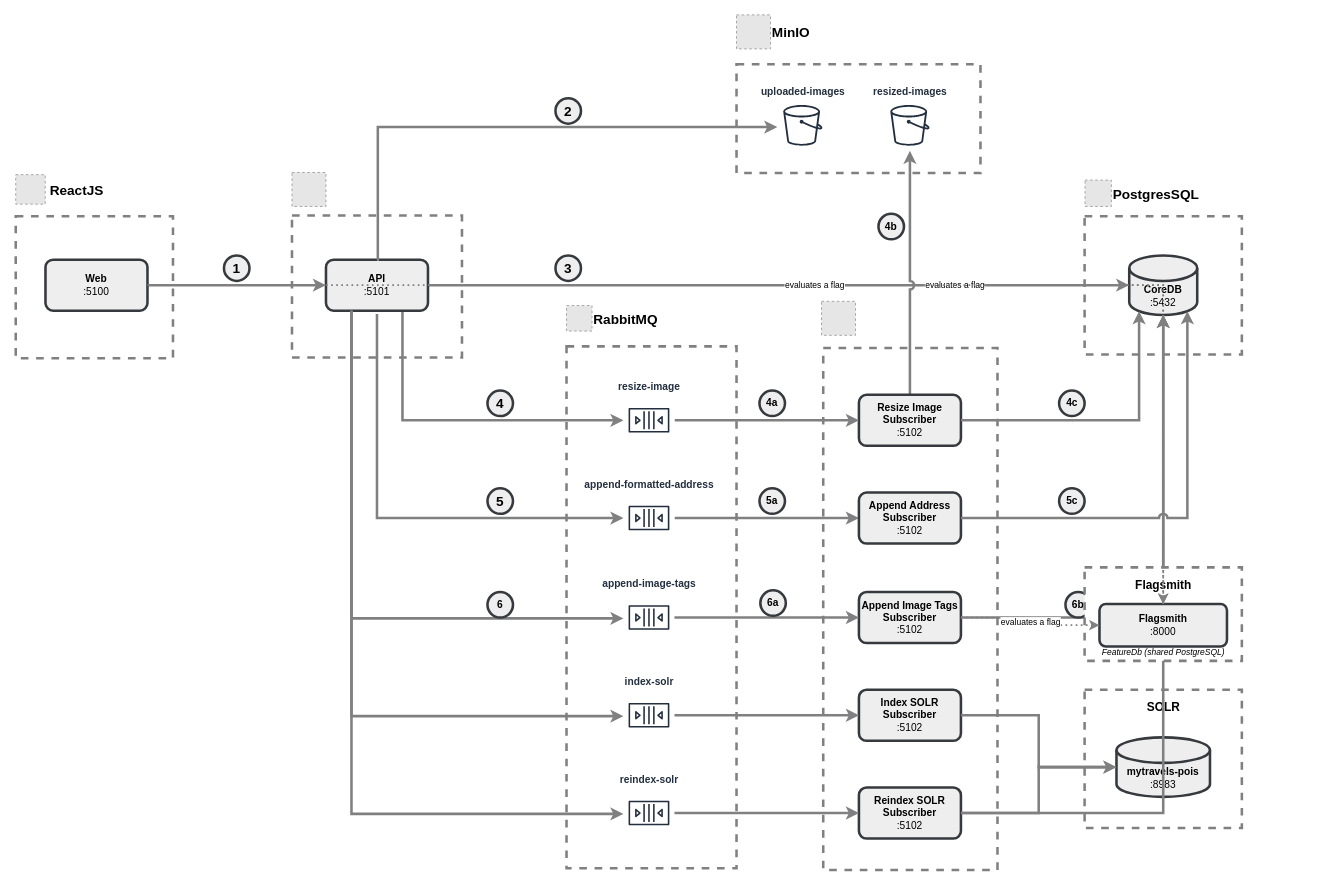
Earlier version of the draw.io diagram page "Application Architecture" (1 of 11) of drawio/architecture.drawio (k8sforum/intro-to-k8s). Source tidied: cells renumbered, new cells numbered last; positions are measured from the earlier drawing's top-left corner, leaving out a move shared by most shapes. Both pictures are drawn from the tidied source at 85%, with x=0, y=0 at pixel (15, 14). Pictures stored in the file or linked from it are replaced by grey dashed boxes.
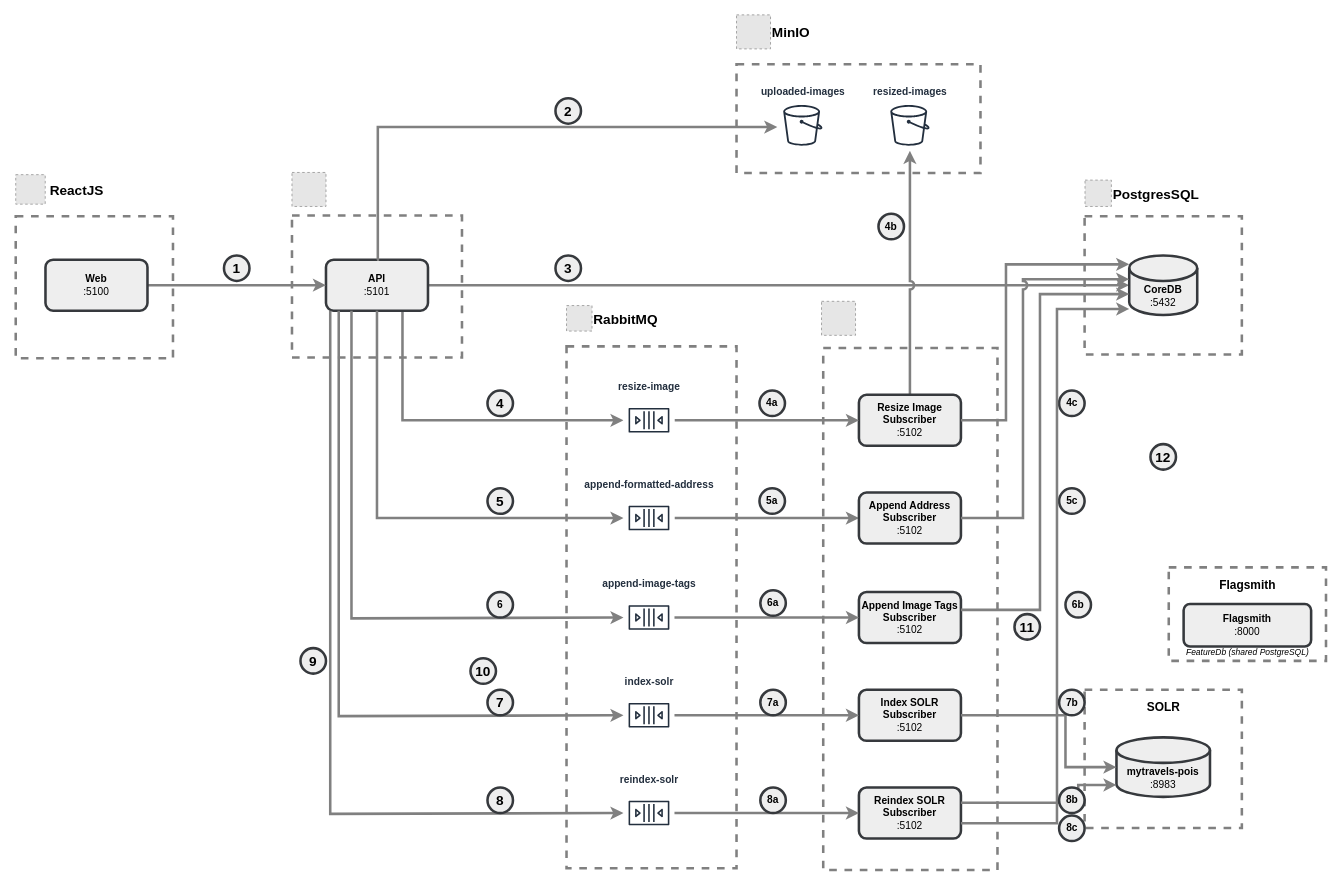
Above is the later version.

The change refers to these unchanged cells:
```xml
<mxCell id="10" value="&lt;b&gt;API&lt;/b&gt;&lt;div&gt;:5101&lt;/div&gt;" style="rounded=1;whiteSpace=wrap;html=1;strokeWidth=3;fillColor=#eeeeee;strokeColor=#36393d;" parent="1" vertex="1">
  <mxGeometry x="365" y="288" width="120" height="60" as="geometry" />
</mxCell>
<mxCell id="12" value="&lt;b&gt;Resize Image&lt;br&gt;Subscriber&lt;/b&gt;&lt;div&gt;:5102&lt;/div&gt;" style="rounded=1;whiteSpace=wrap;html=1;fillColor=#eeeeee;strokeColor=#36393d;strokeWidth=3;" parent="1" vertex="1">
  <mxGeometry x="992" y="447" width="120" height="60" as="geometry" />
</mxCell>
<mxCell id="14" value="&lt;b&gt;CoreDB&lt;/b&gt;&lt;div&gt;:5432&lt;/div&gt;" style="shape=cylinder3;whiteSpace=wrap;html=1;boundedLbl=1;backgroundOutline=1;size=15;groupPadding=10;fillColor=#eeeeee;strokeColor=#36393d;strokeWidth=3;" parent="1" vertex="1">
  <mxGeometry x="1310" y="283" width="80" height="70" as="geometry" />
</mxCell>
<mxCell id="16" value="&lt;b&gt;append-formatted-address&lt;/b&gt;" style="sketch=0;outlineConnect=0;fontColor=#232F3E;gradientColor=none;strokeColor=#232F3E;fillColor=#ffffff;dashed=0;verticalLabelPosition=top;verticalAlign=bottom;align=center;html=1;fontSize=12;fontStyle=0;shape=mxgraph.aws4.resourceIcon;resIcon=mxgraph.aws4.queue;labelPosition=center;strokeWidth=3;" parent="1" vertex="1">
  <mxGeometry x="715" y="562" width="60" height="60" as="geometry" />
</mxCell>
<mxCell id="19" value="&lt;b&gt;resize-image&lt;/b&gt;" style="sketch=0;outlineConnect=0;fontColor=#232F3E;gradientColor=none;strokeColor=#232F3E;fillColor=#ffffff;dashed=0;verticalLabelPosition=top;verticalAlign=bottom;align=center;html=1;fontSize=12;fontStyle=0;shape=mxgraph.aws4.resourceIcon;resIcon=mxgraph.aws4.queue;labelPosition=center;strokeWidth=3;" parent="1" vertex="1">
  <mxGeometry x="715" y="447" width="60" height="60" as="geometry" />
</mxCell>
<mxCell id="20" value="&lt;b&gt;Append Address&lt;/b&gt;&lt;div&gt;&lt;b&gt;Subscriber&lt;/b&gt;&lt;/div&gt;&lt;div&gt;:5102&lt;/div&gt;" style="rounded=1;whiteSpace=wrap;html=1;fillColor=#eeeeee;strokeColor=#36393d;strokeWidth=3;" parent="1" vertex="1">
  <mxGeometry x="992" y="562" width="120" height="60" as="geometry" />
</mxCell>
<mxCell id="21" value="&lt;b&gt;append-image-tags&lt;/b&gt;" style="sketch=0;outlineConnect=0;fontColor=#232F3E;gradientColor=none;strokeColor=#232F3E;fillColor=#ffffff;dashed=0;verticalLabelPosition=top;verticalAlign=bottom;align=center;html=1;fontSize=12;fontStyle=0;shape=mxgraph.aws4.resourceIcon;resIcon=mxgraph.aws4.queue;labelPosition=center;strokeWidth=3;" parent="1" vertex="1">
  <mxGeometry x="715" y="679" width="60" height="60" as="geometry" />
</mxCell>
<mxCell id="22" value="&lt;b&gt;Append Image Tags&lt;/b&gt;&lt;div&gt;&lt;b&gt;Subscriber&lt;/b&gt;&lt;/div&gt;&lt;div&gt;:5102&lt;/div&gt;" style="rounded=1;whiteSpace=wrap;html=1;fillColor=#eeeeee;strokeColor=#36393d;strokeWidth=3;" parent="1" vertex="1">
  <mxGeometry x="992" y="679" width="120" height="60" as="geometry" />
</mxCell>
<mxCell id="29" value="&lt;b&gt;resized-images&lt;/b&gt;" style="sketch=0;outlineConnect=0;fontColor=#232F3E;gradientColor=none;strokeColor=#232F3E;fillColor=#ffffff;dashed=0;verticalLabelPosition=top;verticalAlign=bottom;align=center;html=1;fontSize=12;fontStyle=0;shape=mxgraph.aws4.resourceIcon;resIcon=mxgraph.aws4.bucket;labelPosition=center;strokeWidth=3;" parent="1" vertex="1">
  <mxGeometry x="1022" y="100" width="60" height="60" as="geometry" />
</mxCell>
<mxCell id="45" value="&lt;b&gt;Web&lt;/b&gt;&lt;div&gt;:5100&lt;/div&gt;" style="rounded=1;whiteSpace=wrap;html=1;strokeWidth=3;fillColor=#eeeeee;strokeColor=#36393d;" parent="1" vertex="1">
  <mxGeometry x="35" y="288" width="120" height="60" as="geometry" />
</mxCell>
<mxCell id="55" value="&lt;b&gt;mytravels-pois&lt;/b&gt;&lt;div&gt;:8983&lt;/div&gt;" style="shape=cylinder3;whiteSpace=wrap;html=1;boundedLbl=1;backgroundOutline=1;size=15;groupPadding=10;fillColor=#eeeeee;strokeColor=#36393d;strokeWidth=3;" parent="1" vertex="1">
  <mxGeometry x="1295" y="850" width="110" height="70" as="geometry" />
</mxCell>
<mxCell id="56" value="&lt;b&gt;index-solr&lt;/b&gt;" style="sketch=0;outlineConnect=0;fontColor=#232F3E;gradientColor=none;strokeColor=#232F3E;fillColor=#ffffff;dashed=0;verticalLabelPosition=top;verticalAlign=bottom;align=center;html=1;fontSize=12;fontStyle=0;shape=mxgraph.aws4.resourceIcon;resIcon=mxgraph.aws4.queue;labelPosition=center;strokeWidth=3;" parent="1" vertex="1">
  <mxGeometry x="715" y="794" width="60" height="60" as="geometry" />
</mxCell>
<mxCell id="57" value="&lt;b&gt;Index SOLR&lt;/b&gt;&lt;div&gt;&lt;b&gt;Subscriber&lt;/b&gt;&lt;/div&gt;&lt;div&gt;:5102&lt;/div&gt;" style="rounded=1;whiteSpace=wrap;html=1;fillColor=#eeeeee;strokeColor=#36393d;strokeWidth=3;" parent="1" vertex="1">
  <mxGeometry x="992" y="794" width="120" height="60" as="geometry" />
</mxCell>
<mxCell id="58" value="&lt;b&gt;reindex-solr&lt;/b&gt;" style="sketch=0;outlineConnect=0;fontColor=#232F3E;gradientColor=none;strokeColor=#232F3E;fillColor=#ffffff;dashed=0;verticalLabelPosition=top;verticalAlign=bottom;align=center;html=1;fontSize=12;fontStyle=0;shape=mxgraph.aws4.resourceIcon;resIcon=mxgraph.aws4.queue;labelPosition=center;strokeWidth=3;" parent="1" vertex="1">
  <mxGeometry x="715" y="909" width="60" height="60" as="geometry" />
</mxCell>
<mxCell id="59" value="&lt;b&gt;Reindex SOLR&lt;/b&gt;&lt;div&gt;&lt;b&gt;Subscriber&lt;/b&gt;&lt;/div&gt;&lt;div&gt;:5102&lt;/div&gt;" style="rounded=1;whiteSpace=wrap;html=1;fillColor=#eeeeee;strokeColor=#36393d;strokeWidth=3;" parent="1" vertex="1">
  <mxGeometry x="992" y="909" width="120" height="60" as="geometry" />
</mxCell>
```

Diff of the diagram source:
```diff
@@
-    <mxCell id="8" style="edgeStyle=orthogonalEdgeStyle;rounded=0;jettySize=auto;html=1;entryX=0;entryY=0.5;entryDx=0;entryDy=0;strokeWidth=3;strokeColor=#808080;entryPerimeter=0;" parent="1" edge="1" source="10" target="14">
+    <mxCell id="8" style="edgeStyle=orthogonalEdgeStyle;rounded=0;jettySize=auto;html=1;entryX=0;entryY=0.5;entryDx=0;entryDy=0;exitX=1;exitY=0.5;exitDx=0;exitDy=0;strokeWidth=3;strokeColor=#808080;" parent="1" edge="1" source="10" target="14">
       <mxGeometry relative="1" as="geometry" />
     </mxCell>
-    <mxCell id="9" style="edgeStyle=orthogonalEdgeStyle;rounded=0;jettySize=auto;html=1;strokeWidth=3;strokeColor=#808080;" parent="1" edge="1" source="10" target="19">
+    <mxCell id="9" style="edgeStyle=orthogonalEdgeStyle;rounded=0;jettySize=auto;html=1;strokeWidth=3;strokeColor=#808080;exitX=0.75;exitY=1;exitDx=0;exitDy=0;entryX=0;entryY=0.5;entryDx=0;entryDy=0;" parent="1" edge="1" source="10" target="19">
       <mxGeometry relative="1" as="geometry">
         <Array as="points">
           <mxPoint x="455" y="477" />
         </Array>
       </mxGeometry>
     </mxCell>
@@
-    <mxCell id="11" style="edgeStyle=orthogonalEdgeStyle;rounded=0;jettySize=auto;html=1;strokeWidth=3;strokeColor=#808080;jumpStyle=arc;" parent="1" edge="1" source="12" target="29">
+    <mxCell id="11" style="edgeStyle=orthogonalEdgeStyle;rounded=0;jettySize=auto;html=1;strokeWidth=3;strokeColor=#808080;jumpStyle=arc;exitX=0.5;exitY=0;exitDx=0;exitDy=0;entryX=0.5;entryY=1;entryDx=0;entryDy=0;" parent="1" edge="1" source="12" target="29">
       <mxGeometry relative="1" as="geometry" />
     </mxCell>
@@
-    <mxCell id="17" style="edgeStyle=orthogonalEdgeStyle;rounded=0;jettySize=auto;html=1;strokeWidth=3;strokeColor=#808080;" parent="1" edge="1" target="16">
+    <mxCell id="17" style="edgeStyle=orthogonalEdgeStyle;rounded=0;jettySize=auto;html=1;strokeWidth=3;strokeColor=#808080;exitX=0.5;exitY=1;exitDx=0;exitDy=0;entryX=0;entryY=0.5;entryDx=0;entryDy=0;" parent="1" edge="1" source="10" target="16">
       <mxGeometry relative="1" as="geometry">
-        <mxPoint x="425" y="352" as="sourcePoint" />
         <Array as="points">
           <mxPoint x="425" y="592" />
         </Array>
       </mxGeometry>
     </mxCell>
@@
-    <mxCell id="24" style="edgeStyle=orthogonalEdgeStyle;rounded=0;jettySize=auto;html=1;strokeColor=#808080;strokeWidth=3;" parent="1" edge="1" source="22" target="14">
-      <mxGeometry relative="1" as="geometry" />
+    <mxCell id="24" style="edgeStyle=orthogonalEdgeStyle;rounded=0;jettySize=auto;html=1;strokeColor=#808080;strokeWidth=3;exitX=1;exitY=0.35;exitDx=0;exitDy=0;entryX=0;entryY=0.65;entryDx=0;entryDy=0;" parent="1" edge="1" source="22" target="14">
+      <mxGeometry relative="1" as="geometry">
+        <Array as="points">
+          <mxPoint x="1205" y="700" />
+          <mxPoint x="1205" y="328.5" />
+        </Array>
+      </mxGeometry>
     </mxCell>
-    <mxCell id="25" style="edgeStyle=orthogonalEdgeStyle;rounded=0;jettySize=auto;html=1;strokeColor=#808080;strokeWidth=3;" parent="1" edge="1" source="10" target="21">
+    <mxCell id="25" style="edgeStyle=orthogonalEdgeStyle;rounded=0;jettySize=auto;html=1;strokeColor=#808080;strokeWidth=3;exitX=0.25;exitY=1;exitDx=0;exitDy=0;entryX=0;entryY=0.5;entryDx=0;entryDy=0;" parent="1" edge="1" source="10" target="21">
       <mxGeometry relative="1" as="geometry">
         <Array as="points">
           <mxPoint x="395" y="710" />
         </Array>
       </mxGeometry>
     </mxCell>
-    <mxCell id="26" style="edgeStyle=orthogonalEdgeStyle;rounded=0;jettySize=auto;html=1;entryX=0.145;entryY=1;entryDx=0;entryDy=-4.35;entryPerimeter=0;fontSize=11;strokeWidth=3;strokeColor=#808080;exitX=1;exitY=0.5;exitDx=0;exitDy=0;" parent="1" edge="1" source="12" target="14">
-      <mxGeometry relative="1" as="geometry" />
+    <mxCell id="26" style="edgeStyle=orthogonalEdgeStyle;rounded=0;jettySize=auto;html=1;fontSize=11;strokeWidth=3;strokeColor=#808080;exitX=1;exitY=0.5;exitDx=0;exitDy=0;entryX=0;entryY=0.15;entryDx=0;entryDy=0;" parent="1" edge="1" source="12" target="14">
+      <mxGeometry relative="1" as="geometry">
+        <Array as="points">
+          <mxPoint x="1165" y="477" />
+          <mxPoint x="1165" y="293.5" />
+        </Array>
+      </mxGeometry>
     </mxCell>
-    <mxCell id="27" style="edgeStyle=orthogonalEdgeStyle;rounded=0;jettySize=auto;html=1;entryX=0.855;entryY=1;entryDx=0;entryDy=-4.35;entryPerimeter=0;strokeColor=#808080;strokeWidth=3;jumpStyle=arc;" parent="1" edge="1" source="20" target="14">
-      <mxGeometry relative="1" as="geometry" />
+    <mxCell id="27" style="edgeStyle=orthogonalEdgeStyle;rounded=0;jettySize=auto;html=1;strokeColor=#808080;strokeWidth=3;jumpStyle=arc;exitX=1;exitY=0.5;exitDx=0;exitDy=0;entryX=0;entryY=0.4;entryDx=0;entryDy=0;" parent="1" edge="1" source="20" target="14">
+      <mxGeometry relative="1" as="geometry">
+        <Array as="points">
+          <mxPoint x="1185" y="592" />
+          <mxPoint x="1185" y="311" />
+        </Array>
+      </mxGeometry>
     </mxCell>
@@
-    <mxCell id="62" style="edgeStyle=orthogonalEdgeStyle;rounded=0;jettySize=auto;html=1;strokeColor=#808080;strokeWidth=3;" parent="1" edge="1" source="57" target="55">
-      <mxGeometry relative="1" as="geometry" />
+    <mxCell id="62" style="edgeStyle=orthogonalEdgeStyle;rounded=0;jettySize=auto;html=1;strokeColor=#808080;strokeWidth=3;exitX=1;exitY=0.5;exitDx=0;exitDy=0;entryX=0;entryY=0.5;entryDx=0;entryDy=0;" parent="1" edge="1" source="57" target="55">
+      <mxGeometry relative="1" as="geometry">
+        <Array as="points">
+          <mxPoint x="1235" y="824" />
+          <mxPoint x="1235" y="885" />
+        </Array>
+      </mxGeometry>
     </mxCell>
-    <mxCell id="63" style="edgeStyle=orthogonalEdgeStyle;rounded=0;jettySize=auto;html=1;strokeColor=#808080;strokeWidth=3;" parent="1" edge="1" source="59" target="55">
-      <mxGeometry relative="1" as="geometry" />
+    <mxCell id="63" style="edgeStyle=orthogonalEdgeStyle;rounded=0;jettySize=auto;html=1;strokeColor=#808080;strokeWidth=3;exitX=1;exitY=0.3;exitDx=0;exitDy=0;entryX=0;entryY=0.8;entryDx=0;entryDy=0;" parent="1" edge="1" source="59" target="55">
+      <mxGeometry relative="1" as="geometry">
+        <Array as="points">
+          <mxPoint x="1250" y="927" />
+          <mxPoint x="1250" y="906" />
+        </Array>
+      </mxGeometry>
     </mxCell>
-    <mxCell id="64" style="edgeStyle=orthogonalEdgeStyle;rounded=0;jettySize=auto;html=1;strokeColor=#808080;strokeWidth=3;" parent="1" edge="1" source="59" target="14">
-      <mxGeometry relative="1" as="geometry" />
+    <mxCell id="64" style="edgeStyle=orthogonalEdgeStyle;rounded=0;jettySize=auto;html=1;strokeColor=#808080;strokeWidth=3;exitX=1;exitY=0.7;exitDx=0;exitDy=0;entryX=0;entryY=0.9;entryDx=0;entryDy=0;" parent="1" edge="1" source="59" target="14">
+      <mxGeometry relative="1" as="geometry">
+        <Array as="points">
+          <mxPoint x="1225" y="951" />
+          <mxPoint x="1225" y="346" />
+        </Array>
+      </mxGeometry>
     </mxCell>
-    <mxCell id="65" style="edgeStyle=orthogonalEdgeStyle;rounded=0;jettySize=auto;html=1;strokeColor=#808080;strokeWidth=3;" parent="1" edge="1" source="10" target="56">
+    <mxCell id="65" style="edgeStyle=orthogonalEdgeStyle;rounded=0;jettySize=auto;html=1;strokeColor=#808080;strokeWidth=3;exitX=0.125;exitY=1;exitDx=0;exitDy=0;entryX=0;entryY=0.5;entryDx=0;entryDy=0;" parent="1" edge="1" source="10" target="56">
       <mxGeometry relative="1" as="geometry">
         <Array as="points">
-          <mxPoint x="395" y="825" />
+          <mxPoint x="380" y="825" />
         </Array>
       </mxGeometry>
     </mxCell>
-    <mxCell id="66" style="edgeStyle=orthogonalEdgeStyle;rounded=0;jettySize=auto;html=1;strokeColor=#808080;strokeWidth=3;" parent="1" edge="1" source="10" target="58">
+    <mxCell id="66" style="edgeStyle=orthogonalEdgeStyle;rounded=0;jettySize=auto;html=1;strokeColor=#808080;strokeWidth=3;exitX=0.0417;exitY=1;exitDx=0;exitDy=0;entryX=0;entryY=0.5;entryDx=0;entryDy=0;" parent="1" edge="1" source="10" target="58">
       <mxGeometry relative="1" as="geometry">
         <Array as="points">
-          <mxPoint x="395" y="940" />
+          <mxPoint x="370" y="940" />
         </Array>
       </mxGeometry>
     </mxCell>
     <mxCell id="67" style="rounded=0;whiteSpace=wrap;html=1;strokeWidth=3;dashed=1;strokeColor=#808080;" parent="1" vertex="1">
-      <mxGeometry x="1257.5" y="650" width="185" height="110" as="geometry" />
+      <mxGeometry x="1356.5" y="650" width="185" height="110" as="geometry" />
     </mxCell>
     <mxCell id="68" value="Flagsmith" style="text;html=1;align=center;verticalAlign=middle;whiteSpace=wrap;rounded=0;fontSize=14;fontStyle=1;" parent="1" vertex="1">
-      <mxGeometry x="1257.5" y="656" width="185" height="30" as="geometry" />
+      <mxGeometry x="1356.5" y="656" width="185" height="30" as="geometry" />
     </mxCell>
     <mxCell id="69" value="&lt;b&gt;Flagsmith&lt;/b&gt;&lt;div&gt;:8000&lt;/div&gt;" style="rounded=1;whiteSpace=wrap;html=1;fillColor=#eeeeee;strokeColor=#36393d;strokeWidth=3;" parent="1" vertex="1">
-      <mxGeometry x="1275" y="693" width="150" height="50" as="geometry" />
+      <mxGeometry x="1374" y="693" width="150" height="50" as="geometry" />
     </mxCell>
     <mxCell id="70" value="FeatureDb (shared PostgreSQL)" style="text;html=1;align=center;verticalAlign=middle;whiteSpace=wrap;rounded=0;fontSize=10;fontStyle=2;" parent="1" vertex="1">
-      <mxGeometry x="1257.5" y="740" width="185" height="20" as="geometry" />
+      <mxGeometry x="1356.5" y="740" width="185" height="20" as="geometry" />
     </mxCell>
-    <mxCell id="71" style="edgeStyle=orthogonalEdgeStyle;rounded=0;jettySize=auto;html=1;dashed=1;dashPattern=1 2;strokeColor=#808080;strokeWidth=2;" parent="1" edge="1" source="69" target="14">
-      <mxGeometry relative="1" as="geometry" />
-    </mxCell>
-    <mxCell id="72" value="evaluates a flag" style="edgeStyle=orthogonalEdgeStyle;rounded=0;jettySize=auto;html=1;dashed=1;dashPattern=1 2;strokeColor=#808080;strokeWidth=2;fontSize=10;" parent="1" edge="1" source="10" target="69">
-      <mxGeometry relative="1" as="geometry" />
-    </mxCell>
-    <mxCell id="73" value="evaluates a flag" style="edgeStyle=orthogonalEdgeStyle;rounded=0;jettySize=auto;html=1;dashed=1;dashPattern=1 2;strokeColor=#808080;strokeWidth=2;fontSize=10;" parent="1" edge="1" source="22" target="69">
-      <mxGeometry relative="1" as="geometry" />
-    </mxCell>
-    <mxCell id="74" value="evaluates a flag" style="edgeStyle=orthogonalEdgeStyle;rounded=0;jettySize=auto;html=1;dashed=1;dashPattern=1 2;strokeColor=#808080;strokeWidth=2;fontSize=10;" parent="1" edge="1" source="45" target="69">
-      <mxGeometry relative="1" as="geometry" />
-    </mxCell>
+    <mxCell id="75" value="&lt;b&gt;&lt;font style=&quot;font-size: 16px;&quot;&gt;7&lt;/font&gt;&lt;/b&gt;" style="ellipse;whiteSpace=wrap;html=1;fillColor=#eeeeee;strokeColor=#36393d;strokeWidth=3;" parent="1" vertex="1">
+      <mxGeometry x="555" y="794" width="30" height="30" as="geometry" />
+    </mxCell>
+    <mxCell id="76" value="&lt;b&gt;7a&lt;/b&gt;" style="ellipse;whiteSpace=wrap;html=1;fillColor=#eeeeee;strokeColor=#36393d;strokeWidth=3;" parent="1" vertex="1">
+      <mxGeometry x="876" y="794" width="30" height="30" as="geometry" />
+    </mxCell>
+    <mxCell id="77" value="&lt;b&gt;7b&lt;/b&gt;" style="ellipse;whiteSpace=wrap;html=1;fillColor=#eeeeee;strokeColor=#36393d;strokeWidth=3;" parent="1" vertex="1">
+      <mxGeometry x="1227.5" y="794" width="30" height="30" as="geometry" />
+    </mxCell>
+    <mxCell id="78" value="&lt;b&gt;&lt;font style=&quot;font-size: 16px;&quot;&gt;8&lt;/font&gt;&lt;/b&gt;" style="ellipse;whiteSpace=wrap;html=1;fillColor=#eeeeee;strokeColor=#36393d;strokeWidth=3;" parent="1" vertex="1">
+      <mxGeometry x="555" y="909" width="30" height="30" as="geometry" />
+    </mxCell>
+    <mxCell id="79" value="&lt;b&gt;8a&lt;/b&gt;" style="ellipse;whiteSpace=wrap;html=1;fillColor=#eeeeee;strokeColor=#36393d;strokeWidth=3;" parent="1" vertex="1">
+      <mxGeometry x="876" y="909" width="30" height="30" as="geometry" />
+    </mxCell>
+    <mxCell id="80" value="&lt;b&gt;8b&lt;/b&gt;" style="ellipse;whiteSpace=wrap;html=1;fillColor=#eeeeee;strokeColor=#36393d;strokeWidth=3;" parent="1" vertex="1">
+      <mxGeometry x="1227.5" y="909" width="30" height="30" as="geometry" />
+    </mxCell>
+    <mxCell id="81" value="&lt;b&gt;8c&lt;/b&gt;" style="ellipse;whiteSpace=wrap;html=1;fillColor=#eeeeee;strokeColor=#36393d;strokeWidth=3;" parent="1" vertex="1">
+      <mxGeometry x="1227.5" y="942" width="30" height="30" as="geometry" />
+    </mxCell>
+    <mxCell id="82" value="&lt;b&gt;&lt;font style=&quot;font-size: 16px;&quot;&gt;9&lt;/font&gt;&lt;/b&gt;" style="ellipse;whiteSpace=wrap;html=1;fillColor=#eeeeee;strokeColor=#36393d;strokeWidth=3;" parent="1" vertex="1">
+      <mxGeometry x="335" y="745" width="30" height="30" as="geometry" />
+    </mxCell>
+    <mxCell id="83" value="&lt;b&gt;&lt;font style=&quot;font-size: 16px;&quot;&gt;10&lt;/font&gt;&lt;/b&gt;" style="ellipse;whiteSpace=wrap;html=1;fillColor=#eeeeee;strokeColor=#36393d;strokeWidth=3;" parent="1" vertex="1">
+      <mxGeometry x="535" y="757" width="30" height="30" as="geometry" />
+    </mxCell>
+    <mxCell id="84" value="&lt;b&gt;&lt;font style=&quot;font-size: 16px;&quot;&gt;11&lt;/font&gt;&lt;/b&gt;" style="ellipse;whiteSpace=wrap;html=1;fillColor=#eeeeee;strokeColor=#36393d;strokeWidth=3;" parent="1" vertex="1">
+      <mxGeometry x="1175" y="705" width="30" height="30" as="geometry" />
+    </mxCell>
+    <mxCell id="85" value="&lt;b&gt;&lt;font style=&quot;font-size: 16px;&quot;&gt;12&lt;/font&gt;&lt;/b&gt;" style="ellipse;whiteSpace=wrap;html=1;fillColor=#eeeeee;strokeColor=#36393d;strokeWidth=3;" parent="1" vertex="1">
+      <mxGeometry x="1335" y="505" width="30" height="30" as="geometry" />
+    </mxCell>
```
